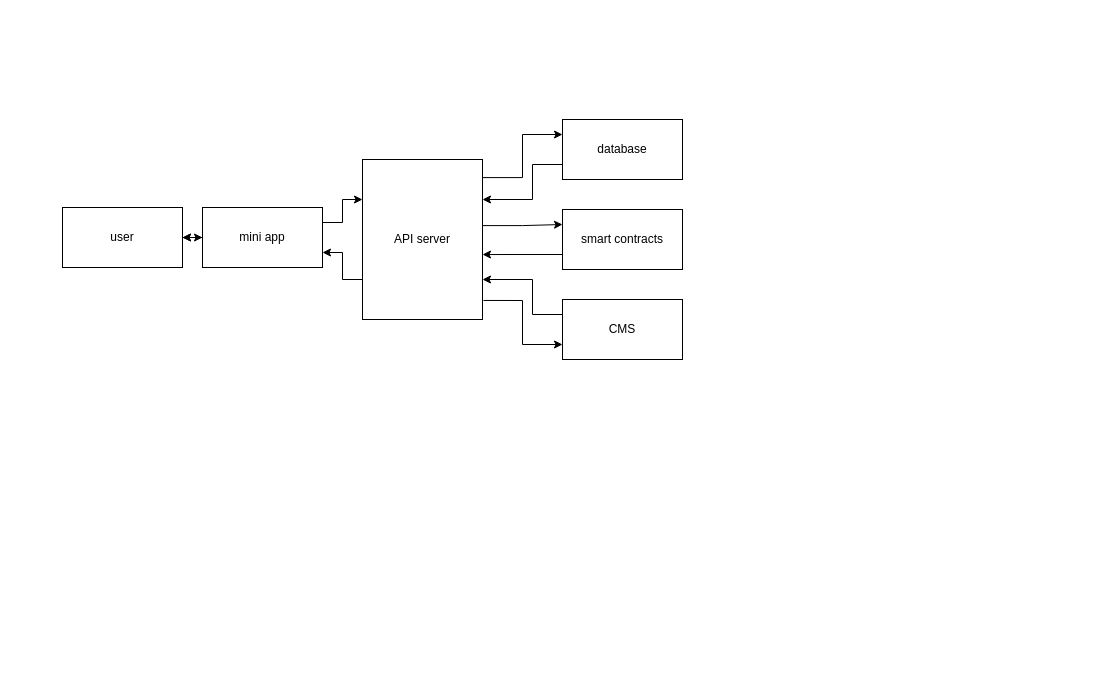
Above: Диаграмма без названия.drawio in pandser/diagrams (draw.io), before the change. Source tidied: cells renumbered, new cells numbered last; positions are measured from the earlier drawing's top-left corner, leaving out a move shared by most shapes. Both pictures are drawn from the tidied source at 100%, with x=0, y=0 at pixel (62, 119).
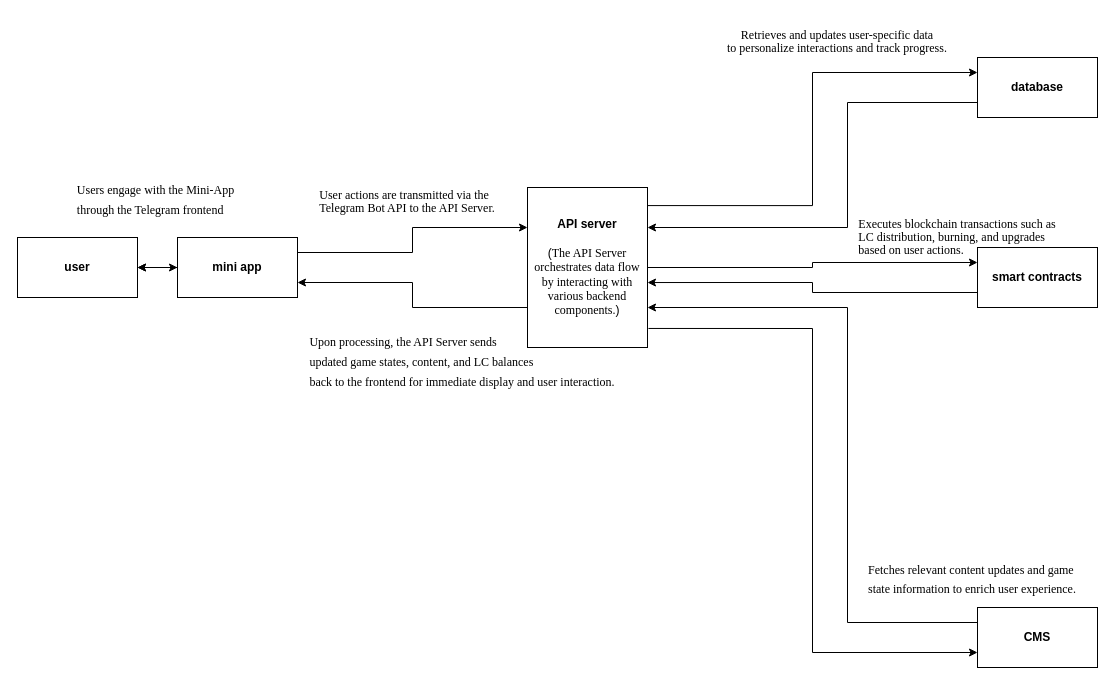
The same diagram, later.

Diff of the diagram source:
```diff
@@
-    <mxCell id="4" value="mini app" style="rounded=0;whiteSpace=wrap;html=1;" parent="1" vertex="1">
-      <mxGeometry x="140" y="88" width="120" height="60" as="geometry" />
+    <mxCell id="4" value="&lt;b&gt;mini app&lt;/b&gt;" style="rounded=0;whiteSpace=wrap;html=1;" parent="1" vertex="1">
+      <mxGeometry x="115" y="118" width="120" height="60" as="geometry" />
     </mxCell>
@@
-    <mxCell id="8" style="edgeStyle=orthogonalEdgeStyle;rounded=0;jettySize=auto;html=1;exitX=0.992;exitY=0.413;exitDx=0;exitDy=0;exitPerimeter=0;" parent="1" edge="1" source="9">
-      <mxGeometry relative="1" as="geometry">
-        <mxPoint x="500" y="105" as="targetPoint" />
-      </mxGeometry>
-    </mxCell>
+    <mxCell id="18" style="edgeStyle=orthogonalEdgeStyle;rounded=0;jettySize=auto;html=1;exitX=1;exitY=0.5;exitDx=0;exitDy=0;entryX=0;entryY=0.25;entryDx=0;entryDy=0;" parent="1" edge="1" source="9" target="13">
+      <mxGeometry relative="1" as="geometry" />
+    </mxCell>
-    <mxCell id="9" value="API server" style="rounded=0;whiteSpace=wrap;html=1;" parent="1" vertex="1">
-      <mxGeometry x="300" y="40" width="120" height="160" as="geometry" />
+    <mxCell id="9" value="&lt;b&gt;API server&lt;/b&gt;&lt;div&gt;&lt;br&gt;&lt;div&gt;(&lt;span style=&quot;font-family: &amp;quot;Times New Roman&amp;quot;, serif; background-color: transparent; text-align: left;&quot;&gt;&lt;font style=&quot;font-size: 12px;&quot;&gt;The API Server orchestrates data flow by interacting with various backend components.&lt;/font&gt;&lt;/span&gt;&lt;span style=&quot;background-color: initial;&quot;&gt;)&lt;/span&gt;&lt;/div&gt;&lt;/div&gt;" style="rounded=0;whiteSpace=wrap;html=1;" parent="1" vertex="1">
+      <mxGeometry x="465" y="68" width="120" height="160" as="geometry" />
     </mxCell>
-    <mxCell id="10" value="user" style="rounded=0;whiteSpace=wrap;html=1;" parent="1" vertex="1">
-      <mxGeometry y="88" width="120" height="60" as="geometry" />
+    <mxCell id="10" value="&lt;b&gt;user&lt;/b&gt;" style="rounded=0;whiteSpace=wrap;html=1;" parent="1" vertex="1">
+      <mxGeometry x="-45" y="118" width="120" height="60" as="geometry" />
     </mxCell>
     <mxCell id="11" style="edgeStyle=orthogonalEdgeStyle;rounded=0;jettySize=auto;html=1;exitX=0;exitY=0.75;exitDx=0;exitDy=0;entryX=1;entryY=0.25;entryDx=0;entryDy=0;" parent="1" edge="1" source="12" target="9">
       <mxGeometry relative="1" as="geometry">
         <Array as="points">
-          <mxPoint x="470" y="45" />
-          <mxPoint x="470" y="80" />
+          <mxPoint x="785" y="-17" />
+          <mxPoint x="785" y="108" />
         </Array>
       </mxGeometry>
     </mxCell>
-    <mxCell id="12" value="database" style="rounded=0;whiteSpace=wrap;html=1;" parent="1" vertex="1">
-      <mxGeometry x="500" width="120" height="60" as="geometry" />
+    <mxCell id="12" value="&lt;b&gt;database&lt;/b&gt;" style="rounded=0;whiteSpace=wrap;html=1;" parent="1" vertex="1">
+      <mxGeometry x="915" y="-62" width="120" height="60" as="geometry" />
     </mxCell>
-    <mxCell id="13" value="smart contracts" style="rounded=0;whiteSpace=wrap;html=1;" parent="1" vertex="1">
-      <mxGeometry x="500" y="90" width="120" height="60" as="geometry" />
+    <mxCell id="13" value="&lt;b&gt;smart contracts&lt;/b&gt;" style="rounded=0;whiteSpace=wrap;html=1;" parent="1" vertex="1">
+      <mxGeometry x="915" y="128" width="120" height="60" as="geometry" />
     </mxCell>
     <mxCell id="14" style="edgeStyle=orthogonalEdgeStyle;rounded=0;jettySize=auto;html=1;exitX=0;exitY=0.25;exitDx=0;exitDy=0;entryX=1;entryY=0.75;entryDx=0;entryDy=0;" parent="1" edge="1" source="15" target="9">
       <mxGeometry relative="1" as="geometry">
         <Array as="points">
-          <mxPoint x="470" y="195" />
-          <mxPoint x="470" y="160" />
+          <mxPoint x="785" y="503" />
+          <mxPoint x="785" y="188" />
         </Array>
       </mxGeometry>
     </mxCell>
-    <mxCell id="15" value="CMS" style="rounded=0;whiteSpace=wrap;html=1;" parent="1" vertex="1">
-      <mxGeometry x="500" y="180" width="120" height="60" as="geometry" />
+    <mxCell id="15" value="&lt;b&gt;CMS&lt;/b&gt;" style="rounded=0;whiteSpace=wrap;html=1;" parent="1" vertex="1">
+      <mxGeometry x="915" y="488" width="120" height="60" as="geometry" />
     </mxCell>
@@
+    <mxCell id="19" value="&lt;p style=&quot;line-height: 1px; text-align: left; margin-bottom: 0cm; direction: ltr; background: transparent; margin-top: 0.49cm;&quot; align=&quot;justify&quot;&gt;&lt;font style=&quot;&quot; face=&quot;Times New Roman, serif&quot;&gt;&lt;font style=&quot;&quot;&gt;&lt;font style=&quot;font-size: 12px;&quot;&gt;Users engage with the Mini-App&amp;nbsp;&lt;/font&gt;&lt;/font&gt;&lt;/font&gt;&lt;/p&gt;&lt;p style=&quot;line-height: 1px; text-align: left; margin-bottom: 0cm; direction: ltr; background: transparent; margin-top: 0.49cm;&quot; align=&quot;justify&quot;&gt;&lt;font style=&quot;&quot; face=&quot;Times New Roman, serif&quot;&gt;&lt;font style=&quot;&quot;&gt;&lt;font style=&quot;font-size: 12px;&quot;&gt;through the Telegram frontend&lt;/font&gt;&lt;/font&gt;&lt;/font&gt;&lt;/p&gt;" style="text;strokeColor=none;align=center;fillColor=none;html=1;verticalAlign=middle;whiteSpace=wrap;rounded=0;fontFamily=Helvetica;fontSize=12;fontColor=default;" parent="1" vertex="1">
+      <mxGeometry x="5" y="48" width="180" height="50" as="geometry" />
+    </mxCell>
+    <mxCell id="20" value="&lt;p style=&quot;line-height: 1px; text-align: left; margin-bottom: 0cm; direction: ltr; background: transparent;&quot; align=&quot;justify&quot;&gt;&lt;font style=&quot;&quot; face=&quot;Times New Roman, serif&quot;&gt;&lt;font style=&quot;font-size: 12px;&quot;&gt;&lt;font style=&quot;&quot;&gt;User actions are transmitted via t&lt;/font&gt;&lt;font style=&quot;&quot;&gt;he&lt;/font&gt;&lt;/font&gt;&lt;/font&gt;&lt;/p&gt;&lt;p style=&quot;line-height: 1px; text-align: left; margin-bottom: 0cm; direction: ltr; background: transparent;&quot; align=&quot;justify&quot;&gt;&lt;font style=&quot;&quot; face=&quot;Times New Roman, serif&quot;&gt;&lt;font style=&quot;font-size: 12px;&quot;&gt;&lt;font style=&quot;&quot;&gt;Telegram Bot API to the API Server.&lt;/font&gt;&lt;/font&gt;&lt;/font&gt;&lt;/p&gt;" style="text;strokeColor=none;align=center;fillColor=none;html=1;verticalAlign=middle;whiteSpace=wrap;rounded=0;fontFamily=Helvetica;fontSize=12;fontColor=default;" parent="1" vertex="1">
+      <mxGeometry x="245" y="58" width="200" height="40" as="geometry" />
+    </mxCell>
+    <mxCell id="21" value="&lt;blockquote style=&quot;margin: 0 0 0 40px; border: none; padding: 0px;&quot;&gt;&lt;p style=&quot;line-height: 1px; margin-bottom: 0cm; direction: ltr; background: transparent;&quot;&gt;&lt;font style=&quot;&quot; face=&quot;Times New Roman, serif&quot;&gt;&lt;font style=&quot;font-size: 12px;&quot;&gt;Retrieves and updates user-specific data&lt;/font&gt;&lt;/font&gt;&lt;/p&gt;&lt;p style=&quot;line-height: 1px; margin-bottom: 0cm; direction: ltr; background: transparent;&quot;&gt;&lt;font style=&quot;&quot; face=&quot;Times New Roman, serif&quot;&gt;&lt;font style=&quot;font-size: 12px;&quot;&gt;to personalize interactions and track progress.&lt;/font&gt;&lt;/font&gt;&lt;/p&gt;&lt;/blockquote&gt;" style="text;html=1;align=center;verticalAlign=middle;whiteSpace=wrap;rounded=0;fontFamily=Helvetica;fontSize=12;fontColor=default;" parent="1" vertex="1">
+      <mxGeometry x="615" y="-102" width="280" height="40" as="geometry" />
+    </mxCell>
+    <mxCell id="22" value="&lt;p style=&quot;line-height: 1px; text-align: left; margin-bottom: 0cm; direction: ltr; background: transparent;&quot; align=&quot;justify&quot;&gt;&lt;font style=&quot;&quot; face=&quot;Times New Roman, serif&quot;&gt;&lt;font style=&quot;font-size: 12px;&quot;&gt;Executes blockchain transactions such as&lt;/font&gt;&lt;/font&gt;&lt;/p&gt;&lt;p style=&quot;line-height: 1px; text-align: left; margin-bottom: 0cm; direction: ltr; background: transparent;&quot; align=&quot;justify&quot;&gt;&lt;font style=&quot;&quot; face=&quot;Times New Roman, serif&quot;&gt;&lt;font style=&quot;font-size: 12px;&quot;&gt;LC distribution, burning, and upgrades&lt;/font&gt;&lt;/font&gt;&lt;/p&gt;&lt;p style=&quot;line-height: 1px; text-align: left; margin-bottom: 0cm; direction: ltr; background: transparent;&quot; align=&quot;justify&quot;&gt;&lt;font style=&quot;&quot; face=&quot;Times New Roman, serif&quot;&gt;&lt;font style=&quot;font-size: 12px;&quot;&gt;based on user actions.&lt;/font&gt;&lt;/font&gt;&lt;/p&gt;" style="text;html=1;align=center;verticalAlign=middle;whiteSpace=wrap;rounded=0;fontFamily=Helvetica;fontSize=12;fontColor=default;" parent="1" vertex="1">
+      <mxGeometry x="785" y="88" width="220" height="50" as="geometry" />
+    </mxCell>
+    <mxCell id="23" value="&lt;p style=&quot;line-height: 1px; text-align: left; margin-bottom: 0cm; direction: ltr; background: transparent; font-size: medium;&quot; align=&quot;justify&quot;&gt;&lt;font face=&quot;Times New Roman, serif&quot;&gt;&lt;font style=&quot;font-size: 12px;&quot;&gt;Fetches relevant content updates and game&lt;/font&gt;&lt;/font&gt;&lt;/p&gt;&lt;p style=&quot;line-height: 1px; text-align: left; margin-bottom: 0cm; direction: ltr; background: transparent; font-size: medium;&quot; align=&quot;justify&quot;&gt;&lt;font face=&quot;Times New Roman, serif&quot;&gt;&lt;font style=&quot;font-size: 12px;&quot;&gt;state information to enrich user experience.&lt;/font&gt;&lt;/font&gt;&lt;/p&gt;" style="text;html=1;align=center;verticalAlign=middle;whiteSpace=wrap;rounded=0;fontFamily=Helvetica;fontSize=12;fontColor=default;" parent="1" vertex="1">
+      <mxGeometry x="795" y="428" width="230" height="50" as="geometry" />
+    </mxCell>
+    <mxCell id="24" value="&lt;p style=&quot;line-height: 1px; text-align: left; margin-bottom: 0.49cm; direction: ltr; background: transparent; margin-top: 0.49cm;&quot; align=&quot;justify&quot;&gt;&lt;font style=&quot;&quot; face=&quot;Times New Roman, serif&quot;&gt;&lt;font style=&quot;&quot;&gt;&lt;font style=&quot;font-size: 12px;&quot;&gt;Upon processing, the API Server sends&lt;/font&gt;&lt;/font&gt;&lt;/font&gt;&lt;/p&gt;&lt;p style=&quot;line-height: 1px; text-align: left; margin-bottom: 0.49cm; direction: ltr; background: transparent; margin-top: 0.49cm;&quot; align=&quot;justify&quot;&gt;&lt;font style=&quot;&quot; face=&quot;Times New Roman, serif&quot;&gt;&lt;font style=&quot;&quot;&gt;&lt;font style=&quot;font-size: 12px;&quot;&gt;updated game states, content, and LC balances&lt;/font&gt;&lt;/font&gt;&lt;/font&gt;&lt;/p&gt;&lt;p style=&quot;line-height: 1px; text-align: left; margin-bottom: 0.49cm; direction: ltr; background: transparent; margin-top: 0.49cm;&quot; align=&quot;justify&quot;&gt;&lt;font style=&quot;&quot; face=&quot;Times New Roman, serif&quot;&gt;&lt;font style=&quot;&quot;&gt;&lt;font style=&quot;font-size: 12px;&quot;&gt;back to the frontend for immediate display and user interaction.&lt;/font&gt;&lt;/font&gt;&lt;/font&gt;&lt;/p&gt;" style="text;html=1;align=center;verticalAlign=middle;whiteSpace=wrap;rounded=0;fontFamily=Helvetica;fontSize=12;fontColor=default;" parent="1" vertex="1">
+      <mxGeometry x="235" y="198" width="330" height="90" as="geometry" />
+    </mxCell>
```
